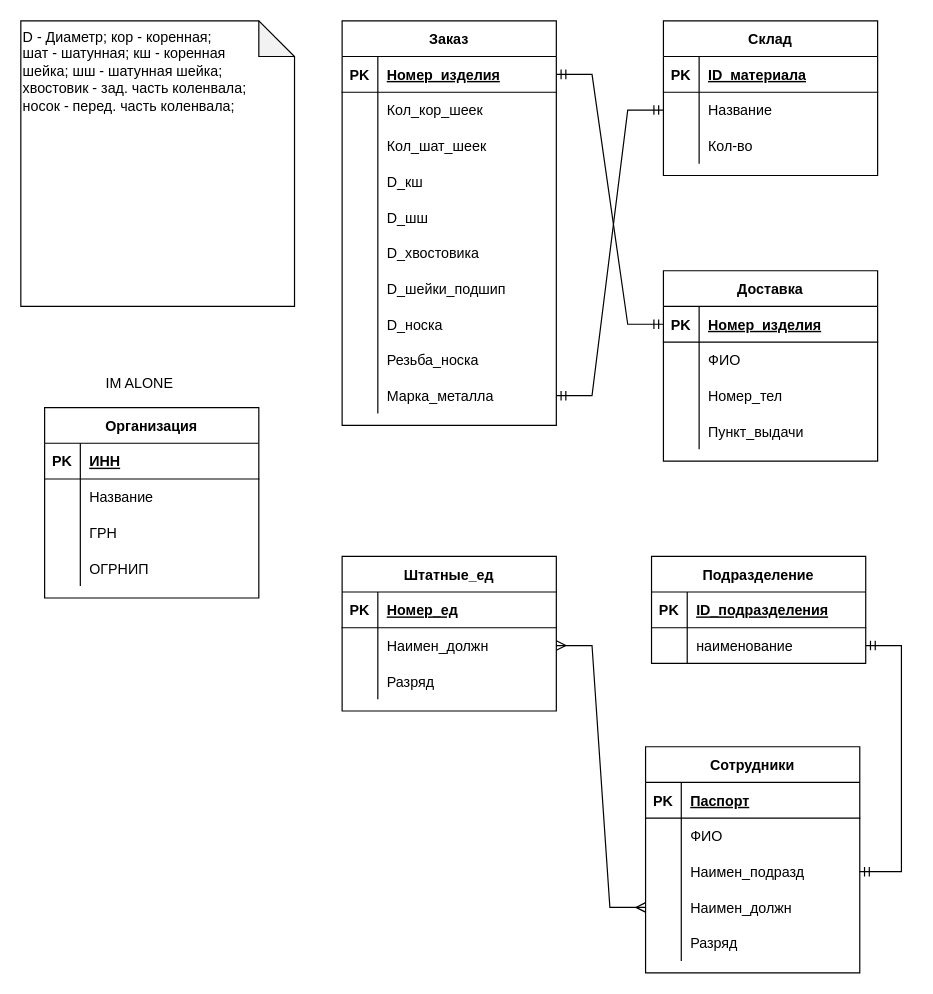
Above: db_diagram_0.drawio in UserPotato228/CrankshaftDB (draw.io), before the change. Source tidied: cells renumbered, new cells numbered last; positions are measured from the earlier drawing's top-left corner, leaving out a move shared by most shapes. Both pictures are drawn from the tidied source at 119%, with x=0, y=0 at pixel (20, 20).
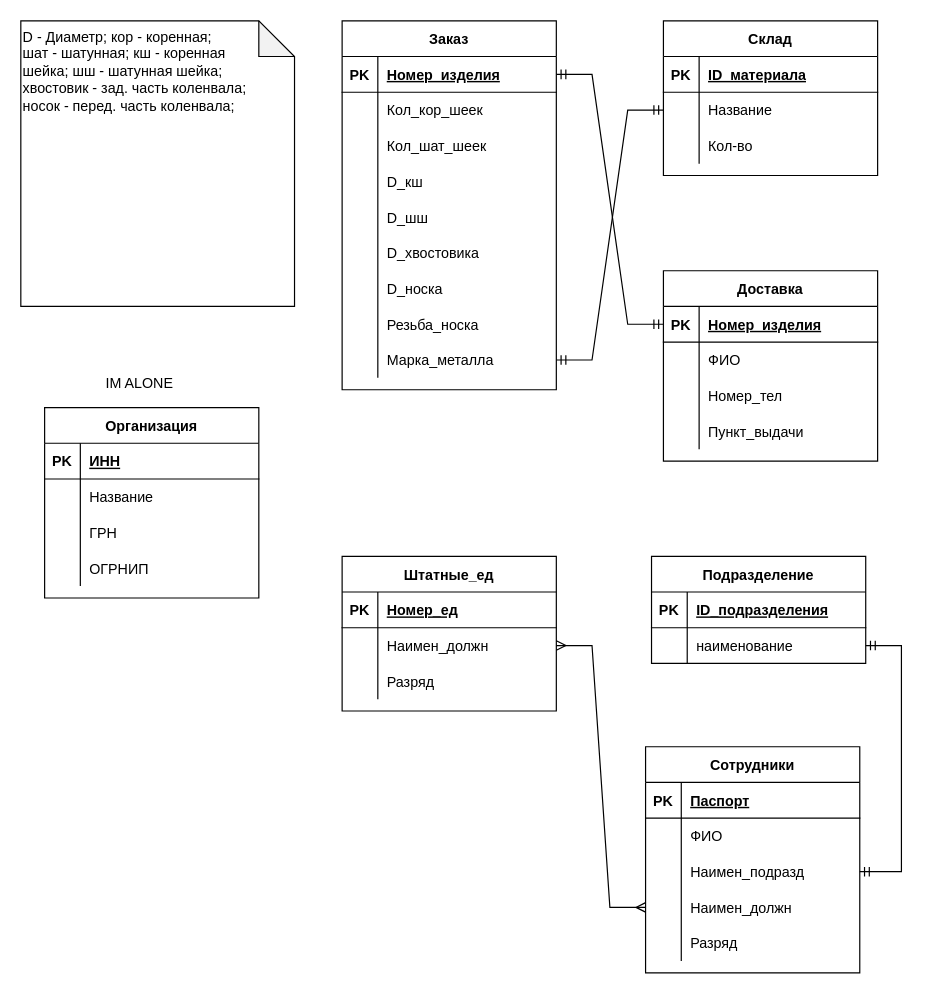
The same page after the edit.

The edit, as a diff of the source:
```diff
@@
     <mxCell id="3" value="Заказ" style="shape=table;startSize=30;childLayout=tableLayout;rowLines=0;fontStyle=1;align=center;" parent="1" vertex="1">
-      <mxGeometry x="270" width="180" height="340" as="geometry" />
+      <mxGeometry x="270" width="180" height="310" as="geometry" />
     </mxCell>
@@
-    <mxCell id="22" style="shape=tableRow;horizontal=0;startSize=0;swimlaneHead=0;swimlaneBody=0;fillColor=none;top=0;left=0;right=0;bottom=0;" parent="3" vertex="1">
-      <mxGeometry y="210" width="180" height="30" as="geometry" />
-    </mxCell>
-    <mxCell id="23" style="shape=partialRectangle;fillColor=none;top=0;left=0;bottom=0;right=0;overflow=hidden;" parent="22" vertex="1">
-      <mxGeometry width="30" height="30" as="geometry" />
-    </mxCell>
-    <mxCell id="24" value="D_шейки_подшип" style="shape=partialRectangle;fillColor=none;top=0;left=0;bottom=0;right=0;align=left;spacingLeft=6;overflow=hidden;" parent="22" vertex="1">
-      <mxGeometry x="30" width="150" height="30" as="geometry" />
-    </mxCell>
     <mxCell id="25" style="shape=tableRow;horizontal=0;startSize=0;swimlaneHead=0;swimlaneBody=0;fillColor=none;top=0;left=0;right=0;bottom=0;" parent="3" vertex="1">
-      <mxGeometry y="240" width="180" height="30" as="geometry" />
+      <mxGeometry y="210" width="180" height="30" as="geometry" />
     </mxCell>
@@
     <mxCell id="28" style="shape=tableRow;horizontal=0;startSize=0;swimlaneHead=0;swimlaneBody=0;fillColor=none;top=0;left=0;right=0;bottom=0;" parent="3" vertex="1">
-      <mxGeometry y="270" width="180" height="30" as="geometry" />
+      <mxGeometry y="240" width="180" height="30" as="geometry" />
     </mxCell>
@@
     <mxCell id="31" style="shape=tableRow;horizontal=0;startSize=0;swimlaneHead=0;swimlaneBody=0;fillColor=none;points=[[0,0.5],[1,0.5]];portConstraint=eastwest;top=0;left=0;right=0;bottom=0;" parent="3" vertex="1">
-      <mxGeometry y="300" width="180" height="30" as="geometry" />
+      <mxGeometry y="270" width="180" height="30" as="geometry" />
     </mxCell>
```
